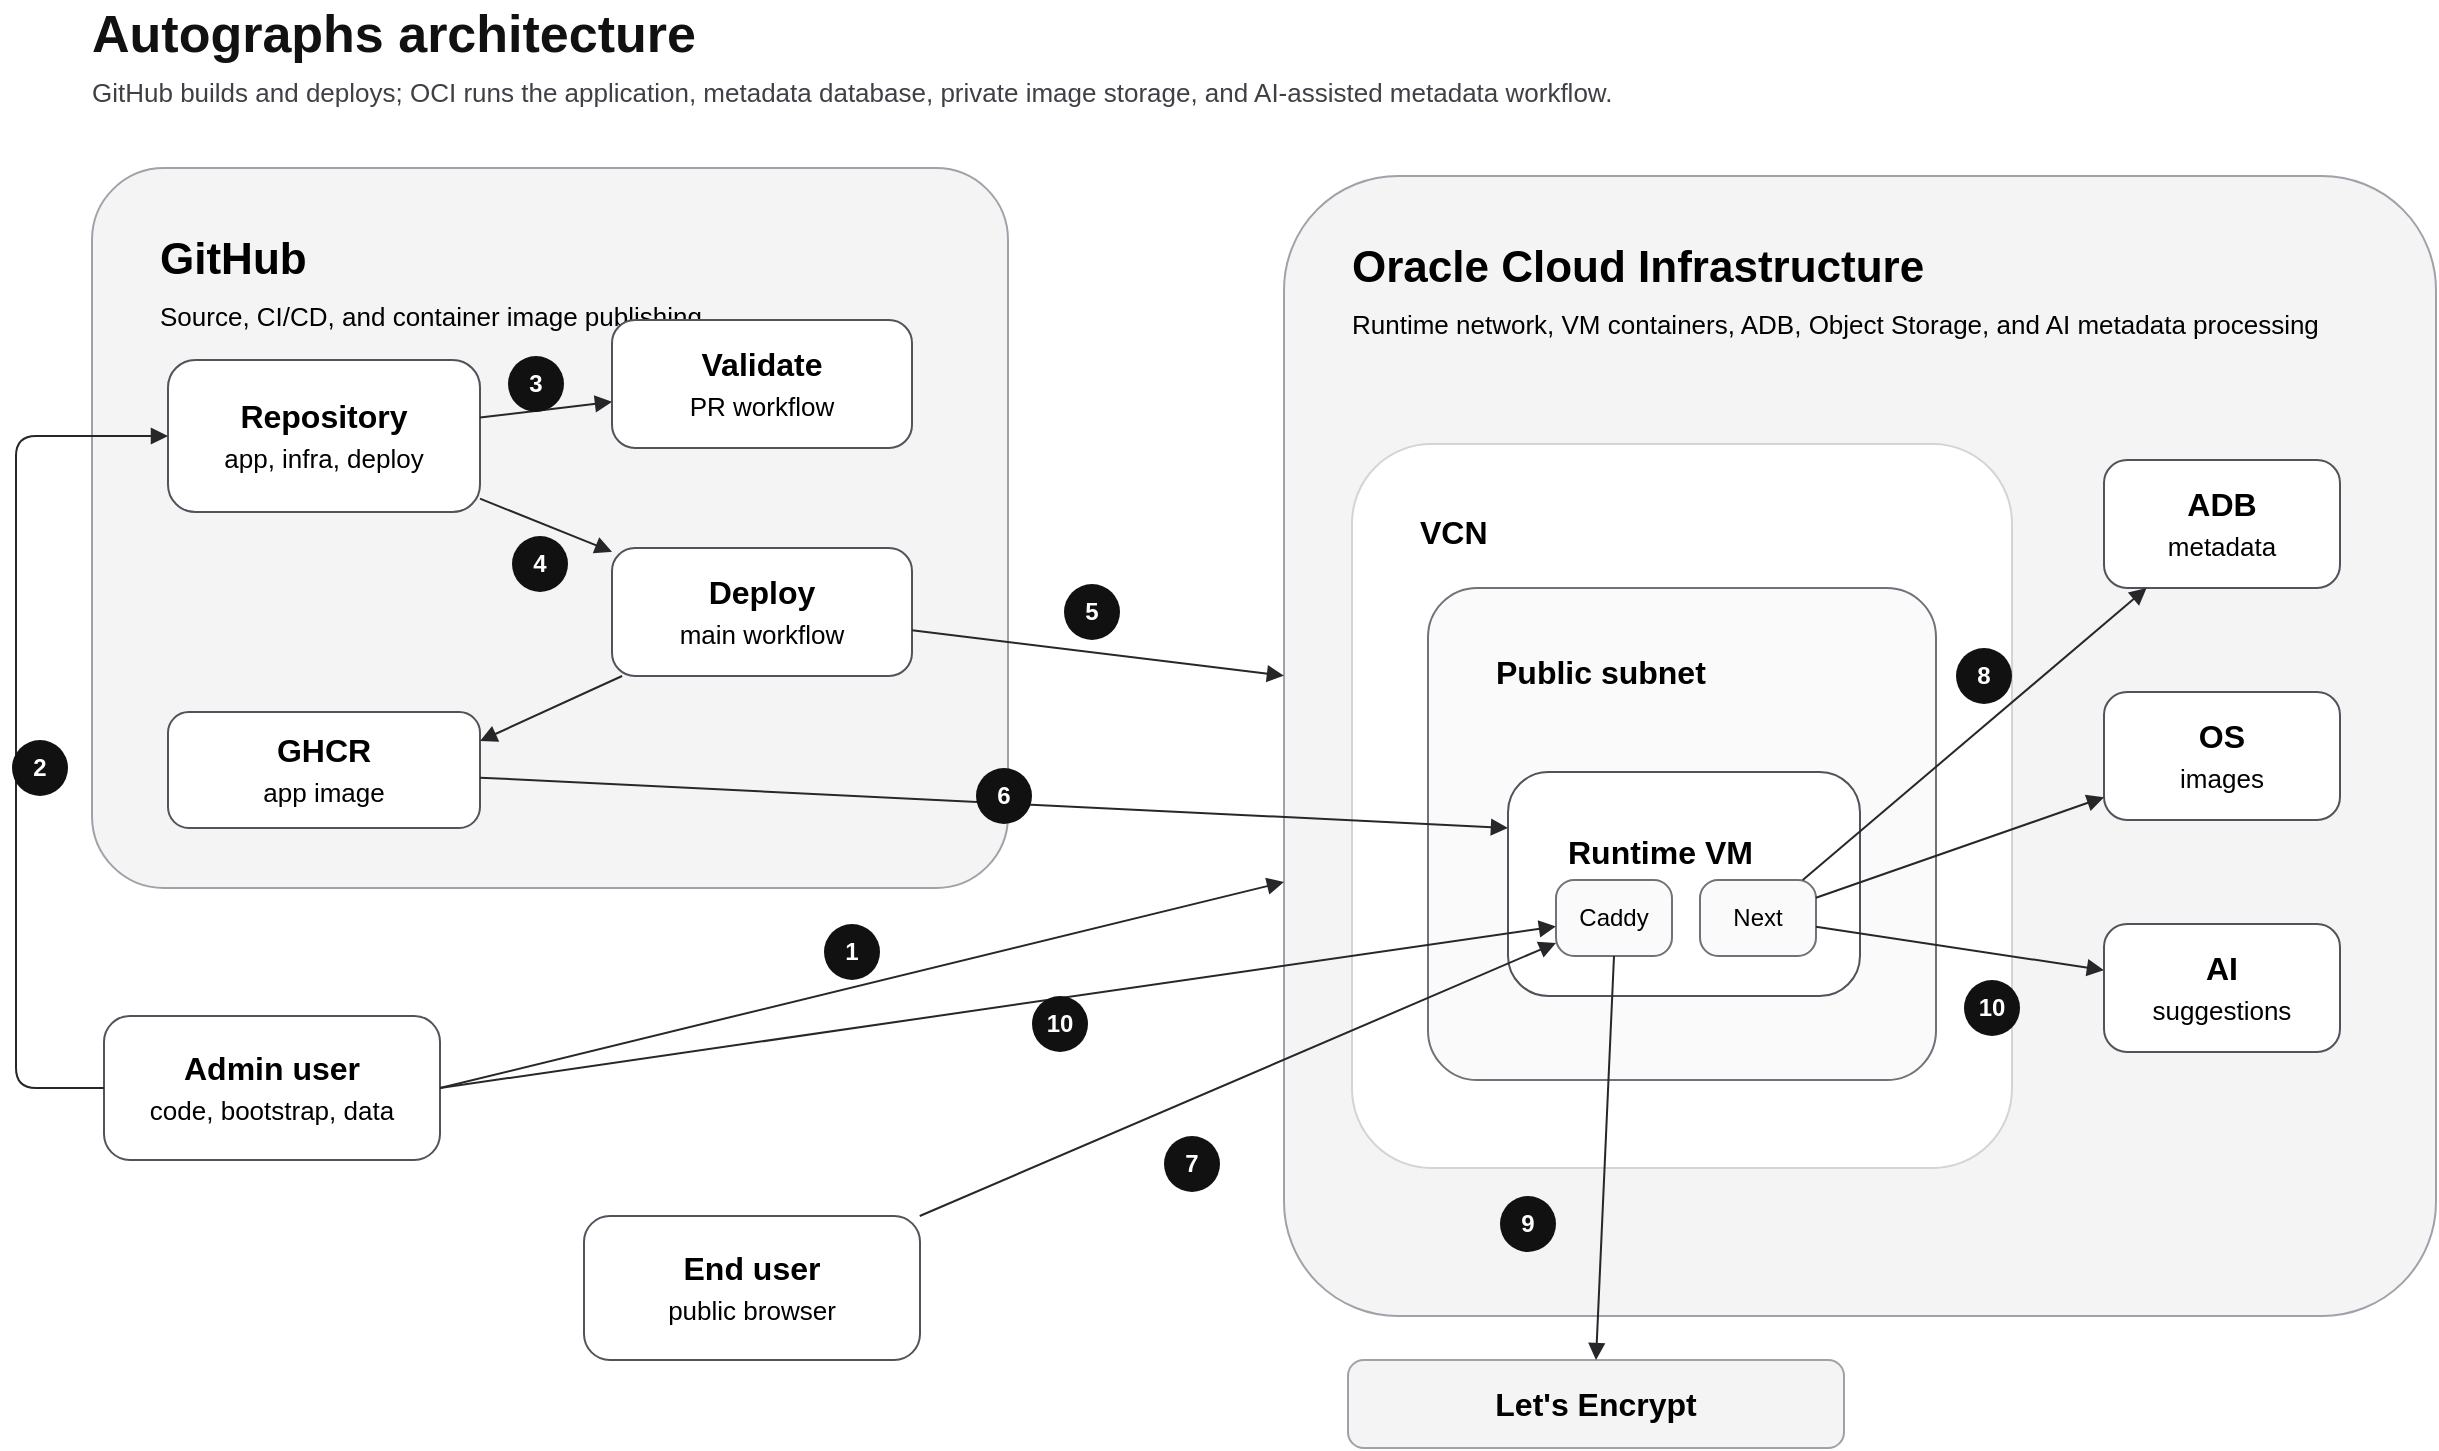
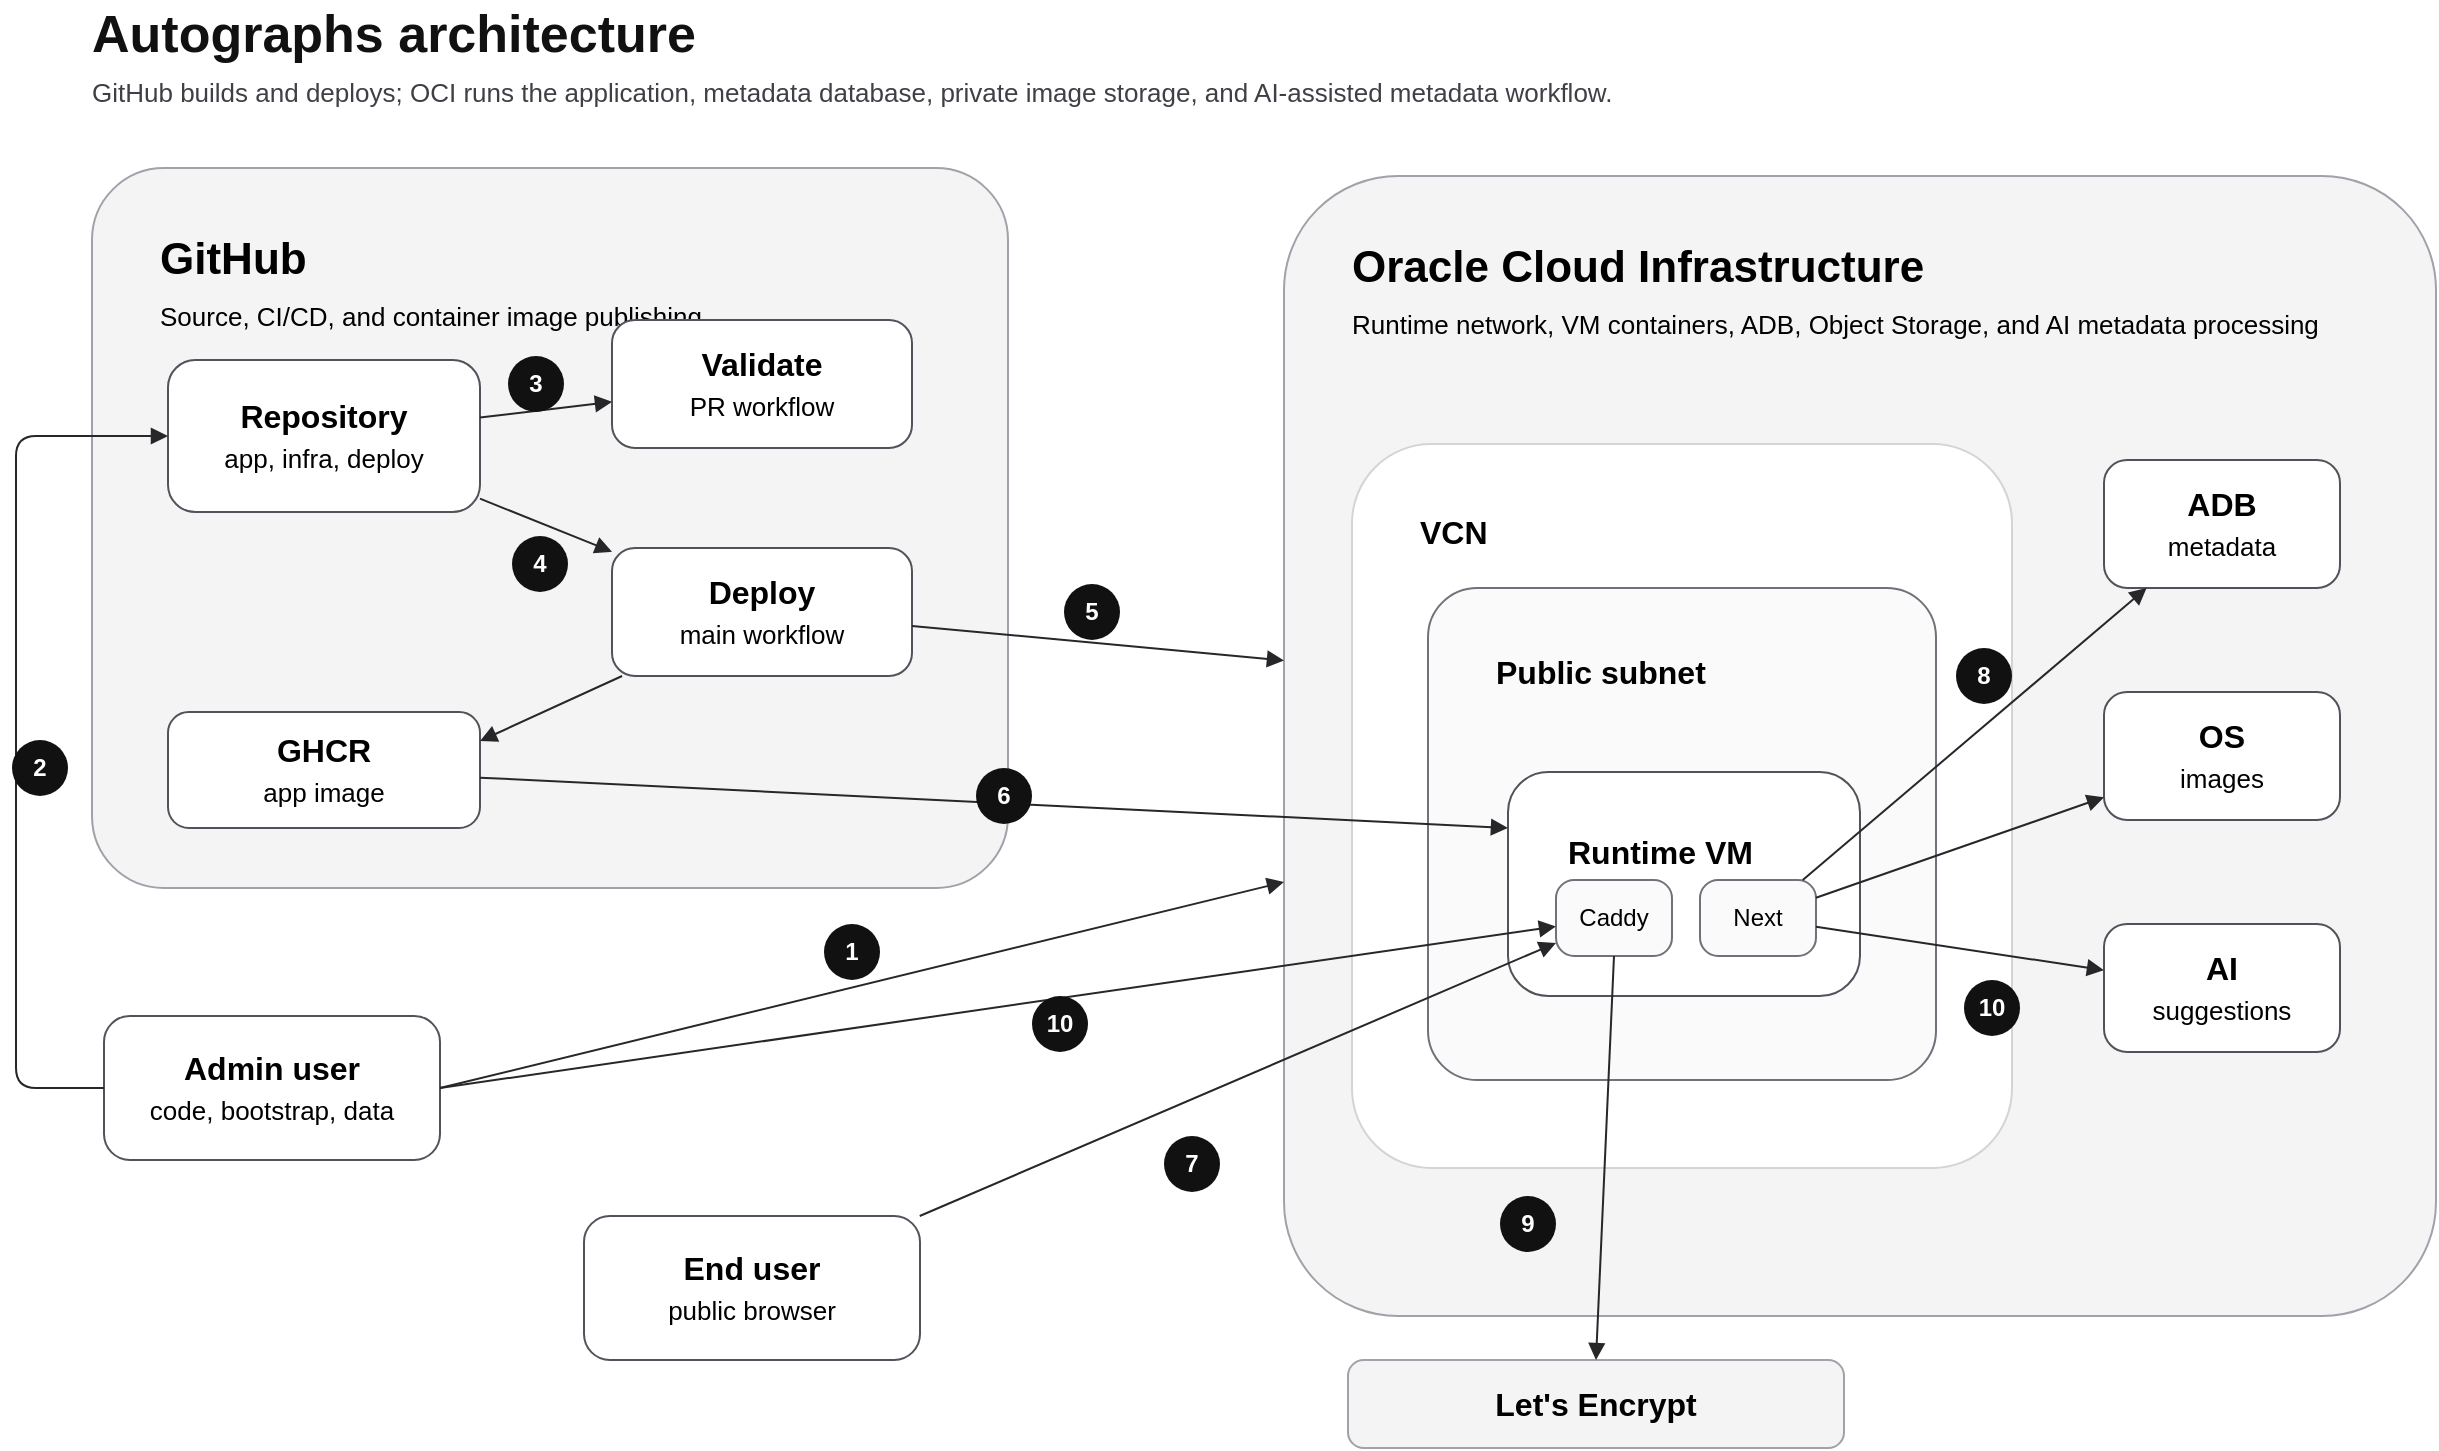
<mxfile host="app.diagrams.net" agent="Codex">
  <diagram id="autographs-simplified-architecture" name="Autographs Architecture">
    <mxGraphModel dx="1368" dy="734" grid="1" gridSize="10" guides="1" tooltips="1" connect="1" arrows="1" fold="1" page="1" pageScale="1" pageWidth="1280" pageHeight="760" math="0" shadow="0">
      <root>
        <mxCell id="0" />
        <mxCell id="1" parent="0" />
        <mxCell id="title" parent="1" style="text;html=1;strokeColor=none;fillColor=none;fontSize=26;fontStyle=1;fontColor=#111111;align=left;verticalAlign=middle;" value="Autographs architecture" vertex="1">
          <mxGeometry height="34" width="360" x="52" y="28" as="geometry" />
        </mxCell>
        <mxCell id="subtitle" parent="1" style="text;html=1;strokeColor=none;fillColor=none;fontSize=13;fontColor=#3f3f46;align=left;verticalAlign=middle;" value="GitHub builds and deploys; OCI runs the application, metadata database, private image storage, and AI-assisted metadata workflow." vertex="1">
          <mxGeometry height="24" width="790" x="52" y="62" as="geometry" />
        </mxCell>
        <mxCell id="github-zone" parent="1" style="rounded=1;whiteSpace=wrap;html=1;fillColor=#f4f4f5;strokeColor=#a1a1aa;fontStyle=1;fontSize=22;align=left;verticalAlign=top;spacingLeft=32;spacingTop=26;arcSize=10;" value="GitHub&lt;br&gt;&lt;font style=&quot;font-size: 13px; font-weight: 400;&quot;&gt;Source, CI/CD, and container image publishing&lt;/font&gt;" vertex="1">
          <mxGeometry height="360" width="458" x="54" y="112" as="geometry" />
        </mxCell>
        <mxCell id="repo" parent="1" style="rounded=1;whiteSpace=wrap;html=1;fillColor=#ffffff;strokeColor=#52525b;arcSize=18;fontSize=16;" value="&lt;b&gt;Repository&lt;/b&gt;&lt;br&gt;&lt;font style=&quot;font-size: 13px;&quot;&gt;app, infra, deploy&lt;/font&gt;" vertex="1">
          <mxGeometry height="76" width="156" x="92" y="208" as="geometry" />
        </mxCell>
        <mxCell id="validate" parent="1" style="rounded=1;whiteSpace=wrap;html=1;fillColor=#ffffff;strokeColor=#52525b;arcSize=18;fontSize=16;" value="&lt;b&gt;Validate&lt;/b&gt;&lt;br&gt;&lt;font style=&quot;font-size: 13px;&quot;&gt;PR workflow&lt;/font&gt;" vertex="1">
          <mxGeometry height="64" width="150" x="314" y="188" as="geometry" />
        </mxCell>
        <mxCell id="deploy" parent="1" style="rounded=1;whiteSpace=wrap;html=1;fillColor=#ffffff;strokeColor=#52525b;arcSize=18;fontSize=16;" value="&lt;b&gt;Deploy&lt;/b&gt;&lt;br&gt;&lt;font style=&quot;font-size: 13px;&quot;&gt;main workflow&lt;/font&gt;" vertex="1">
          <mxGeometry height="64" width="150" x="314" y="302" as="geometry" />
        </mxCell>
        <mxCell id="ghcr" parent="1" style="rounded=1;whiteSpace=wrap;html=1;fillColor=#ffffff;strokeColor=#52525b;arcSize=18;fontSize=16;" value="&lt;b&gt;GHCR&lt;/b&gt;&lt;br&gt;&lt;font style=&quot;font-size: 13px;&quot;&gt;app image&lt;/font&gt;" vertex="1">
          <mxGeometry height="58" width="156" x="92" y="384" as="geometry" />
        </mxCell>
        <mxCell id="admin" parent="1" style="rounded=1;whiteSpace=wrap;html=1;fillColor=#ffffff;strokeColor=#52525b;arcSize=18;fontSize=16;" value="&lt;b&gt;Admin user&lt;/b&gt;&lt;br&gt;&lt;font style=&quot;font-size: 13px;&quot;&gt;code, bootstrap, data&lt;/font&gt;" vertex="1">
          <mxGeometry height="72" width="168" x="60" y="536" as="geometry" />
        </mxCell>
        <mxCell id="end-user" parent="1" style="rounded=1;whiteSpace=wrap;html=1;fillColor=#ffffff;strokeColor=#52525b;arcSize=18;fontSize=16;" value="&lt;b&gt;End user&lt;/b&gt;&lt;br&gt;&lt;font style=&quot;font-size: 13px;&quot;&gt;public browser&lt;/font&gt;" vertex="1">
          <mxGeometry height="72" width="168" x="300" y="636" as="geometry" />
        </mxCell>
        <mxCell id="oci-zone" parent="1" style="rounded=1;whiteSpace=wrap;html=1;fillColor=#f4f4f5;strokeColor=#a1a1aa;fontStyle=1;fontSize=22;align=left;verticalAlign=top;spacingLeft=32;spacingTop=26;arcSize=10;" value="Oracle Cloud Infrastructure&lt;br&gt;&lt;font style=&quot;font-size: 13px; font-weight: 400;&quot;&gt;Runtime network, VM containers, ADB, Object Storage, and AI metadata processing&lt;/font&gt;" vertex="1">
          <mxGeometry height="570" width="576" x="650" y="116" as="geometry" />
        </mxCell>
        <mxCell id="vcn" parent="1" style="rounded=1;whiteSpace=wrap;html=1;fillColor=#ffffff;strokeColor=#d4d4d8;arcSize=12;fontSize=16;align=left;verticalAlign=top;spacingLeft=32;spacingTop=28;" value="&lt;b&gt;VCN&lt;/b&gt;" vertex="1">
          <mxGeometry height="362" width="330" x="684" y="250" as="geometry" />
        </mxCell>
        <mxCell id="subnet" parent="1" style="rounded=1;whiteSpace=wrap;html=1;fillColor=#fafafa;strokeColor=#71717a;arcSize=10;fontSize=16;align=left;verticalAlign=top;spacingLeft=32;spacingTop=26;" value="&lt;b&gt;Public subnet&lt;/b&gt;" vertex="1">
          <mxGeometry height="246" width="254" x="722" y="322" as="geometry" />
        </mxCell>
        <mxCell id="vm" parent="1" style="rounded=1;whiteSpace=wrap;html=1;fillColor=#ffffff;strokeColor=#52525b;arcSize=18;fontSize=16;align=left;verticalAlign=top;spacingLeft=28;spacingTop=24;" value="&lt;b&gt;Runtime VM&lt;/b&gt;" vertex="1">
          <mxGeometry height="112" width="176" x="762" y="414" as="geometry" />
        </mxCell>
        <mxCell id="caddy" parent="1" style="rounded=1;whiteSpace=wrap;html=1;fillColor=#fafafa;strokeColor=#71717a;arcSize=24;fontSize=12;" value="Caddy" vertex="1">
          <mxGeometry height="38" width="58" x="786" y="468" as="geometry" />
        </mxCell>
        <mxCell id="next" parent="1" style="rounded=1;whiteSpace=wrap;html=1;fillColor=#fafafa;strokeColor=#71717a;arcSize=24;fontSize=12;" value="Next" vertex="1">
          <mxGeometry height="38" width="58" x="858" y="468" as="geometry" />
        </mxCell>
        <mxCell id="adb" parent="1" style="rounded=1;whiteSpace=wrap;html=1;fillColor=#ffffff;strokeColor=#52525b;arcSize=18;fontSize=16;" value="&lt;b&gt;ADB&lt;/b&gt;&lt;br&gt;&lt;font style=&quot;font-size: 13px;&quot;&gt;metadata&lt;/font&gt;" vertex="1">
          <mxGeometry height="64" width="118" x="1060" y="258" as="geometry" />
        </mxCell>
        <mxCell id="object-storage" parent="1" style="rounded=1;whiteSpace=wrap;html=1;fillColor=#ffffff;strokeColor=#52525b;arcSize=18;fontSize=16;" value="&lt;b&gt;OS&lt;/b&gt;&lt;br&gt;&lt;font style=&quot;font-size: 13px;&quot;&gt;images&lt;/font&gt;" vertex="1">
          <mxGeometry height="64" width="118" x="1060" y="374" as="geometry" />
        </mxCell>
        <mxCell id="ai-processing" parent="1" style="rounded=1;whiteSpace=wrap;html=1;fillColor=#ffffff;strokeColor=#52525b;arcSize=18;fontSize=16;" value="&lt;b&gt;AI&lt;/b&gt;&lt;br&gt;&lt;font style=&quot;font-size: 13px;&quot;&gt;suggestions&lt;/font&gt;" vertex="1">
          <mxGeometry height="64" width="118" x="1060" y="490" as="geometry" />
        </mxCell>
        <mxCell id="lets-encrypt" parent="1" style="rounded=1;whiteSpace=wrap;html=1;fillColor=#f4f4f5;strokeColor=#a1a1aa;arcSize=18;fontSize=16;" value="&lt;b&gt;Let&#39;s Encrypt&lt;/b&gt;" vertex="1">
          <mxGeometry height="44" width="248" x="682" y="708" as="geometry" />
        </mxCell>
        <mxCell id="e-admin-repo" edge="1" parent="1" source="admin" style="endArrow=block;html=1;rounded=1;strokeColor=#27272a;strokeWidth=1;exitX=0;exitY=0.5;entryX=0;entryY=0.5;" target="repo">
          <mxGeometry relative="1" as="geometry">
            <Array as="points">
              <mxPoint x="16" y="572" />
              <mxPoint x="16" y="246" />
            </Array>
          </mxGeometry>
        </mxCell>
        <mxCell id="e-repo-validate" edge="1" parent="1" source="repo" style="endArrow=block;html=1;rounded=1;strokeColor=#27272a;strokeWidth=1;" target="validate">
          <mxGeometry relative="1" as="geometry" />
        </mxCell>
        <mxCell id="e-repo-deploy" edge="1" parent="1" source="repo" style="endArrow=block;html=1;rounded=1;strokeColor=#27272a;strokeWidth=1;" target="deploy">
          <mxGeometry relative="1" as="geometry" />
        </mxCell>
        <mxCell id="e-deploy-ghcr" edge="1" parent="1" source="deploy" style="endArrow=block;html=1;rounded=1;strokeColor=#27272a;strokeWidth=1;entryX=1;entryY=0.25;entryDx=0;entryDy=0;" target="ghcr">
          <mxGeometry relative="1" as="geometry" />
        </mxCell>
-         <mxCell id="e-deploy-oci" edge="1" parent="1" source="deploy" style="endArrow=block;html=1;rounded=1;strokeColor=#27272a;strokeWidth=1;" target="oci-zone">
+         <mxCell id="e-deploy-oci" edge="1" parent="1" source="deploy" style="endArrow=block;html=1;rounded=1;strokeColor=#27272a;strokeWidth=1;entryX=0;entryY=0.425;entryDx=0;entryDy=0;" target="oci-zone">
          <mxGeometry relative="1" as="geometry" />
        </mxCell>
        <mxCell id="e-ghcr-vm" edge="1" parent="1" source="ghcr" style="endArrow=block;html=1;rounded=1;strokeColor=#27272a;strokeWidth=1;entryX=0;entryY=0.25;" target="vm">
          <mxGeometry relative="1" as="geometry" />
        </mxCell>
        <mxCell id="e-admin-oci" edge="1" parent="1" source="admin" style="endArrow=block;html=1;rounded=1;strokeColor=#27272a;strokeWidth=1;exitX=1;exitY=0.5;exitDx=0;exitDy=0;exitPerimeter=0;">
          <mxGeometry relative="1" as="geometry">
            <mxPoint x="228" y="572" as="sourcePoint" />
            <mxPoint x="650" y="469.0251889168767" as="targetPoint" />
          </mxGeometry>
        </mxCell>
        <mxCell id="e-user-caddy" edge="1" parent="1" source="end-user" style="endArrow=block;html=1;rounded=1;strokeColor=#27272a;strokeWidth=1;" target="caddy">
          <mxGeometry relative="1" as="geometry" />
        </mxCell>
        <mxCell id="e-admin-next" edge="1" parent="1" source="admin" style="endArrow=block;html=1;rounded=1;strokeColor=#27272a;strokeWidth=1;exitX=1;exitY=0.5;exitDx=0;exitDy=0;" target="caddy">
          <mxGeometry relative="1" as="geometry" />
        </mxCell>
        <mxCell id="e-next-adb" edge="1" parent="1" source="next" style="endArrow=block;html=1;rounded=1;strokeColor=#27272a;strokeWidth=1;" target="adb">
          <mxGeometry relative="1" as="geometry" />
        </mxCell>
        <mxCell id="e-next-os" edge="1" parent="1" source="next" style="endArrow=block;html=1;rounded=1;strokeColor=#27272a;strokeWidth=1;" target="object-storage">
          <mxGeometry relative="1" as="geometry" />
        </mxCell>
        <mxCell id="e-next-ai" edge="1" parent="1" source="next" style="endArrow=block;html=1;rounded=1;strokeColor=#27272a;strokeWidth=1;" target="ai-processing">
          <mxGeometry relative="1" as="geometry" />
        </mxCell>
        <mxCell id="e-caddy-le" edge="1" parent="1" source="caddy" style="endArrow=block;html=1;rounded=1;strokeColor=#27272a;strokeWidth=1;exitX=0.5;exitY=1;entryX=0.5;entryY=0;" target="lets-encrypt">
          <mxGeometry relative="1" as="geometry" />
        </mxCell>
        <mxCell id="n1" parent="1" style="ellipse;whiteSpace=wrap;html=1;aspect=fixed;fillColor=#111111;strokeColor=none;fontColor=#ffffff;fontSize=12;fontStyle=1;" value="1" vertex="1">
          <mxGeometry height="28" width="28" x="420" y="490" as="geometry" />
        </mxCell>
        <mxCell id="n2" parent="1" style="ellipse;whiteSpace=wrap;html=1;aspect=fixed;fillColor=#111111;strokeColor=none;fontColor=#ffffff;fontSize=12;fontStyle=1;" value="2" vertex="1">
          <mxGeometry height="28" width="28" x="14" y="398" as="geometry" />
        </mxCell>
        <mxCell id="n3" parent="1" style="ellipse;whiteSpace=wrap;html=1;aspect=fixed;fillColor=#111111;strokeColor=none;fontColor=#ffffff;fontSize=12;fontStyle=1;" value="3" vertex="1">
          <mxGeometry height="28" width="28" x="262" y="206" as="geometry" />
        </mxCell>
        <mxCell id="n4" parent="1" style="ellipse;whiteSpace=wrap;html=1;aspect=fixed;fillColor=#111111;strokeColor=none;fontColor=#ffffff;fontSize=12;fontStyle=1;" value="4" vertex="1">
          <mxGeometry height="28" width="28" x="264" y="296" as="geometry" />
        </mxCell>
        <mxCell id="n5" parent="1" style="ellipse;whiteSpace=wrap;html=1;aspect=fixed;fillColor=#111111;strokeColor=none;fontColor=#ffffff;fontSize=12;fontStyle=1;" value="5" vertex="1">
          <mxGeometry height="28" width="28" x="540" y="320" as="geometry" />
        </mxCell>
        <mxCell id="n6" parent="1" style="ellipse;whiteSpace=wrap;html=1;aspect=fixed;fillColor=#111111;strokeColor=none;fontColor=#ffffff;fontSize=12;fontStyle=1;" value="6" vertex="1">
          <mxGeometry height="28" width="28" x="496" y="412" as="geometry" />
        </mxCell>
        <mxCell id="n7" parent="1" style="ellipse;whiteSpace=wrap;html=1;aspect=fixed;fillColor=#111111;strokeColor=none;fontColor=#ffffff;fontSize=12;fontStyle=1;" value="7" vertex="1">
          <mxGeometry height="28" width="28" x="590" y="596" as="geometry" />
        </mxCell>
        <mxCell id="n8" parent="1" style="ellipse;whiteSpace=wrap;html=1;aspect=fixed;fillColor=#111111;strokeColor=none;fontColor=#ffffff;fontSize=12;fontStyle=1;" value="8" vertex="1">
          <mxGeometry height="28" width="28" x="986" y="352" as="geometry" />
        </mxCell>
        <mxCell id="n9" parent="1" style="ellipse;whiteSpace=wrap;html=1;aspect=fixed;fillColor=#111111;strokeColor=none;fontColor=#ffffff;fontSize=12;fontStyle=1;" value="9" vertex="1">
          <mxGeometry height="28" width="28" x="758" y="626" as="geometry" />
        </mxCell>
        <mxCell id="n10" parent="1" style="ellipse;whiteSpace=wrap;html=1;aspect=fixed;fillColor=#111111;strokeColor=none;fontColor=#ffffff;fontSize=12;fontStyle=1;" value="10" vertex="1">
          <mxGeometry height="28" width="28" x="524" y="526" as="geometry" />
        </mxCell>
        <mxCell id="53G5qgQ3t5_bfomiu4lQ-3" parent="1" style="ellipse;whiteSpace=wrap;html=1;aspect=fixed;fillColor=#111111;strokeColor=none;fontColor=#ffffff;fontSize=12;fontStyle=1;" value="10" vertex="1">
          <mxGeometry height="28" width="28" x="990" y="518" as="geometry" />
        </mxCell>
      </root>
    </mxGraphModel>
  </diagram>
</mxfile>
